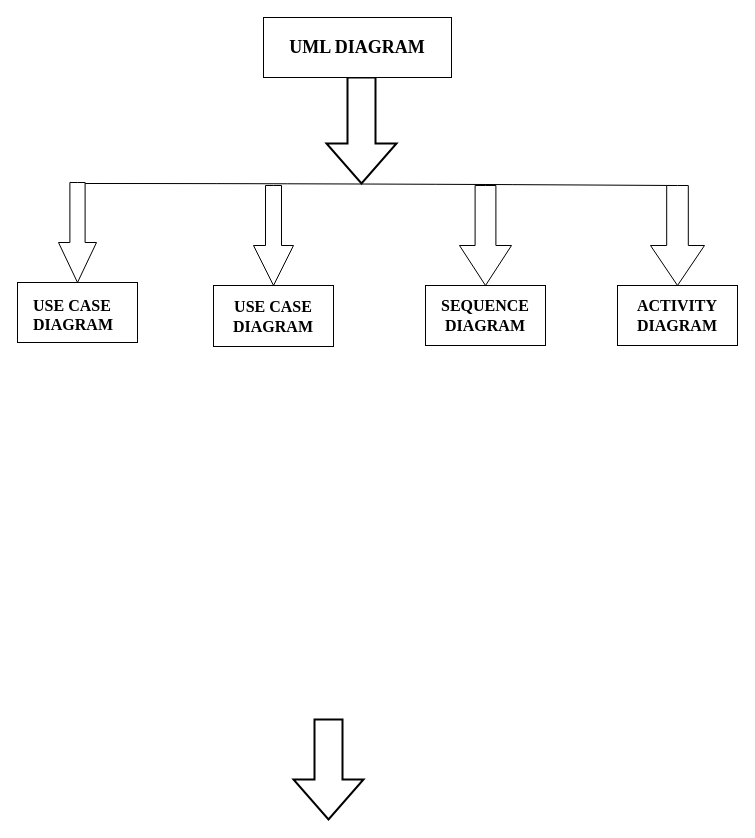
Above: images/Untitled Diagram.drawio in MaheswariPinneti/deepfake-face-detection-using-LSTM (draw.io), before the change. Source tidied: cells renumbered, new cells numbered last; positions are measured from the earlier drawing's top-left corner, leaving out a move shared by most shapes. Both pictures are drawn from the tidied source at 100%, with x=0, y=0 at pixel (17, 17).
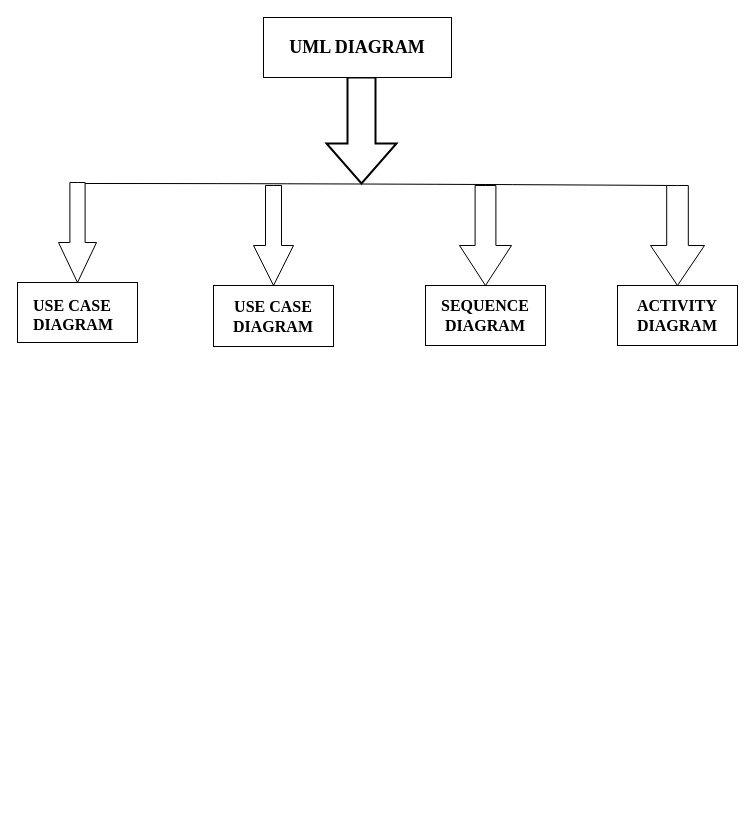
The same page after the edit.

Diff of the diagram source:
```diff
@@
 <mxGraphModel>
   <root>
     <mxCell id="0" />
     <mxCell id="1" parent="0" />
     <mxCell id="2" style="verticalLabelPosition=bottom;verticalAlign=top;html=1;strokeWidth=2;shape=mxgraph.arrows2.arrow;dy=0.6;dx=40;notch=0;direction=south;" parent="1" vertex="1">
       <mxGeometry x="309" y="60" width="70" height="106" as="geometry" />
     </mxCell>
-    <mxCell id="3" style="verticalLabelPosition=bottom;verticalAlign=top;html=1;strokeWidth=2;shape=mxgraph.arrows2.arrow;dy=0.6;dx=40;notch=0;direction=south;" parent="1" vertex="1">
-      <mxGeometry x="276" y="702" width="70" height="100" as="geometry" />
-    </mxCell>
     <mxCell id="4" value="&lt;h2&gt;&lt;font face=&quot;Times New Roman&quot;&gt;UML DIAGRAM&lt;/font&gt;&lt;/h2&gt;" style="rounded=0;whiteSpace=wrap;html=1;" parent="1" vertex="1">
       <mxGeometry x="246" width="188" height="60" as="geometry" />
     </mxCell>
     <mxCell id="5" style="endArrow=none;html=1;rounded=0;fontSize=12;startSize=8;endSize=8;curved=1;" parent="1" edge="1">
       <mxGeometry relative="1" as="geometry">
         <mxPoint x="66" y="166" as="sourcePoint" />
         <mxPoint x="658" y="168" as="targetPoint" />
         <Array as="points">
           <mxPoint x="323" y="166" />
         </Array>
       </mxGeometry>
     </mxCell>
     <mxCell id="6" style="html=1;shadow=0;dashed=0;align=center;verticalAlign=middle;shape=mxgraph.arrows2.arrow;dy=0.6;dx=40;direction=south;notch=0;" parent="1" vertex="1">
       <mxGeometry x="41" y="165" width="38" height="100" as="geometry" />
     </mxCell>
     <mxCell id="7" style="rounded=0;whiteSpace=wrap;html=1;" parent="1" vertex="1">
       <mxGeometry y="265" width="120" height="60" as="geometry" />
     </mxCell>
     <mxCell id="8" style="html=1;shadow=0;dashed=0;align=center;verticalAlign=middle;shape=mxgraph.arrows2.arrow;dy=0.6;dx=40;direction=south;notch=0;" parent="1" vertex="1">
       <mxGeometry x="236" y="168" width="40" height="100" as="geometry" />
     </mxCell>
     <mxCell id="9" value="&lt;p class=&quot;MsoNormal&quot;&gt;&lt;b style=&quot;mso-bidi-font-weight:normal&quot;&gt;&lt;span style=&quot;mso-spacerun:'yes';font-family:'Times New Roman';mso-fareast-font-family:SimSun;&#10;mso-ansi-font-weight:bold;mso-bidi-font-weight:normal;font-size:12.0000pt;&quot;&gt;USE CASE DIAGRAM&lt;/span&gt;&lt;/b&gt;&lt;/p&gt;" style="rounded=0;whiteSpace=wrap;html=1;" parent="1" vertex="1">
       <mxGeometry x="196" y="268" width="120" height="61" as="geometry" />
     </mxCell>
     <mxCell id="10" value="&lt;p class=&quot;MsoNormal&quot;&gt;&lt;b style=&quot;mso-bidi-font-weight:normal&quot;&gt;&lt;span style=&quot;mso-spacerun:'yes';font-family:'Times New Roman';mso-fareast-font-family:SimSun;&#10;mso-ansi-font-weight:bold;mso-bidi-font-weight:normal;font-size:12.0000pt;&quot;&gt;USE CASE DIAGRAM&lt;/span&gt;&lt;/b&gt;&lt;/p&gt;" style="text;whiteSpace=wrap;html=1;" parent="1" vertex="1">
       <mxGeometry x="14" y="260" width="106" height="65" as="geometry" />
     </mxCell>
     <mxCell id="11" style="html=1;shadow=0;dashed=0;align=center;verticalAlign=middle;shape=mxgraph.arrows2.arrow;dy=0.6;dx=40;direction=south;notch=0;" parent="1" vertex="1">
       <mxGeometry x="442" y="168" width="52" height="100" as="geometry" />
     </mxCell>
     <mxCell id="12" style="html=1;shadow=0;dashed=0;align=center;verticalAlign=middle;shape=mxgraph.arrows2.arrow;dy=0.6;dx=40;direction=south;notch=0;" parent="1" vertex="1">
       <mxGeometry x="633" y="168" width="54" height="100" as="geometry" />
     </mxCell>
     <mxCell id="13" value="&lt;p class=&quot;MsoNormal&quot;&gt;&lt;b style=&quot;mso-bidi-font-weight:normal&quot;&gt;&lt;span style=&quot;mso-spacerun:'yes';font-family:'Times New Roman';mso-fareast-font-family:SimSun;&#10;mso-ansi-font-weight:bold;font-size:12.0000pt;&quot;&gt;ACTIVITY DIAGRAM&lt;/span&gt;&lt;/b&gt;&lt;/p&gt;" style="rounded=0;whiteSpace=wrap;html=1;" parent="1" vertex="1">
       <mxGeometry x="600" y="268" width="120" height="60" as="geometry" />
     </mxCell>
     <mxCell id="14" value="&lt;p class=&quot;MsoNormal&quot;&gt;&lt;b style=&quot;mso-bidi-font-weight:normal&quot;&gt;&lt;span style=&quot;mso-spacerun:'yes';font-family:'Times New Roman';mso-fareast-font-family:SimSun;&#10;mso-ansi-font-weight:bold;font-size:12.0000pt;&quot;&gt;SEQUENCE DIAGRAM&lt;/span&gt;&lt;/b&gt;&lt;/p&gt;" style="rounded=0;whiteSpace=wrap;html=1;" parent="1" vertex="1">
       <mxGeometry x="408" y="268" width="120" height="60" as="geometry" />
     </mxCell>
   </root>
 </mxGraphModel>
```
